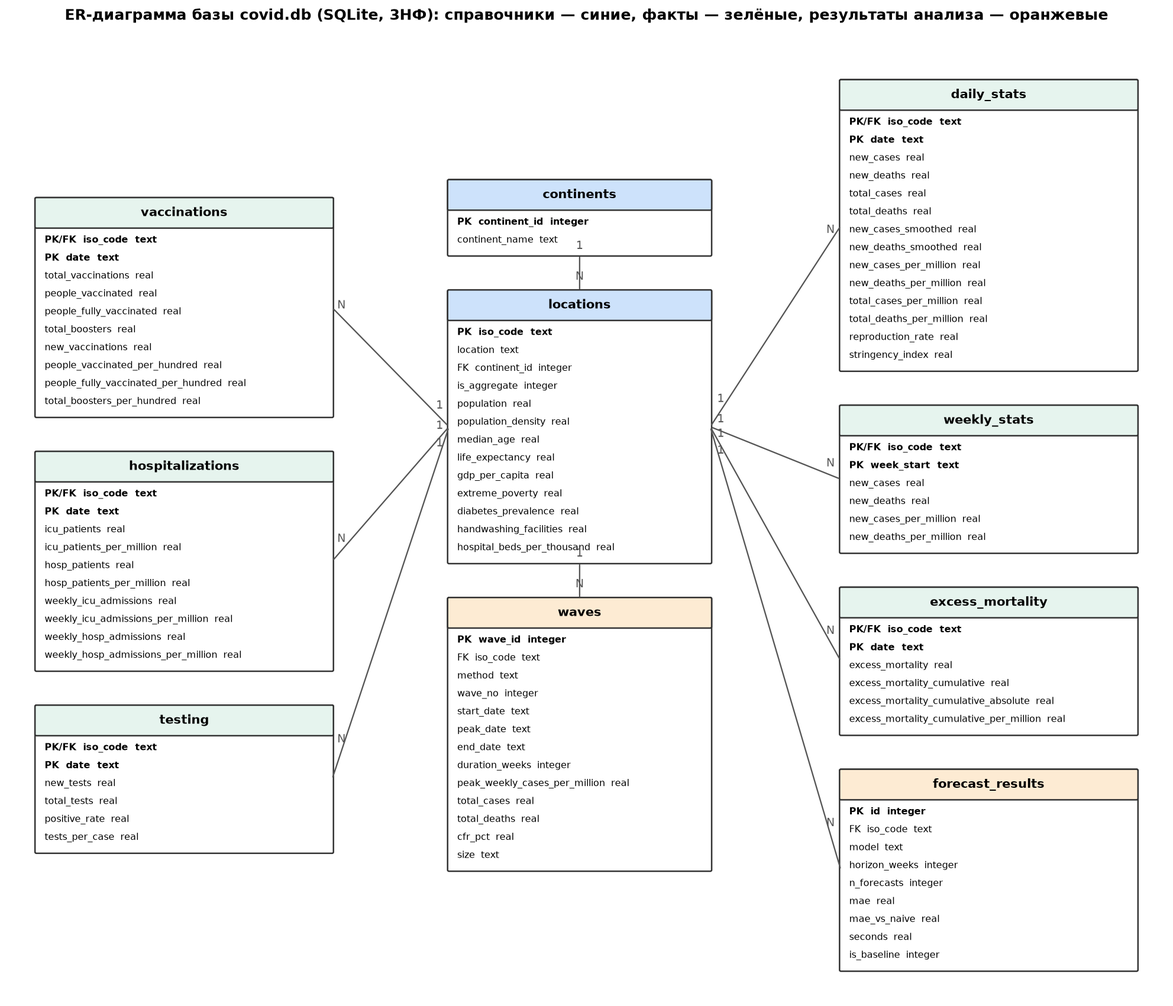
Above: docs/erd.png in SalaFanChik/covid-global-dynamics (Mermaid), before the change. Its source is kept beside it as docs/erd.mmd. Its diagram source:
```mermaid
erDiagram
    continents ||--o{ locations : "continent_id"
    locations  ||--o{ daily_stats : "iso_code"
    locations  ||--o{ weekly_stats : "iso_code"
    locations  ||--o{ vaccinations : "iso_code"
    locations  ||--o{ hospitalizations : "iso_code"
    locations  ||--o{ testing : "iso_code"
    locations  ||--o{ excess_mortality : "iso_code"
    locations  ||--o{ waves : "iso_code"
    locations  ||--o{ forecast_results : "iso_code"

    continents {
        INTEGER continent_id PK
        TEXT continent_name UK
    }
    locations {
        TEXT iso_code PK
        TEXT location UK
        INTEGER continent_id FK
        INTEGER is_aggregate
        REAL population
        REAL population_density
        REAL median_age
        REAL life_expectancy
        REAL gdp_per_capita
        REAL extreme_poverty
        REAL diabetes_prevalence
        REAL handwashing_facilities
        REAL hospital_beds_per_thousand
    }
    daily_stats {
        TEXT iso_code PK, FK
        TEXT date PK
        REAL new_cases
        REAL new_deaths
        REAL total_cases
        REAL total_deaths
        REAL new_cases_smoothed
        REAL new_deaths_smoothed
        REAL new_cases_per_million
        REAL new_deaths_per_million
        REAL total_cases_per_million
        REAL total_deaths_per_million
        REAL reproduction_rate
        REAL stringency_index
    }
    weekly_stats {
        TEXT iso_code PK, FK
        TEXT week_start PK
        REAL new_cases
        REAL new_deaths
        REAL new_cases_per_million
        REAL new_deaths_per_million
    }
    vaccinations {
        TEXT iso_code PK, FK
        TEXT date PK
        REAL total_vaccinations
        REAL people_vaccinated
        REAL people_fully_vaccinated
        REAL total_boosters
        REAL new_vaccinations
        REAL people_vaccinated_per_hundred
        REAL people_fully_vaccinated_per_hundred
        REAL total_boosters_per_hundred
    }
    hospitalizations {
        TEXT iso_code PK, FK
        TEXT date PK
        REAL icu_patients
        REAL icu_patients_per_million
        REAL hosp_patients
        REAL hosp_patients_per_million
        REAL weekly_icu_admissions
        REAL weekly_icu_admissions_per_million
        REAL weekly_hosp_admissions
        REAL weekly_hosp_admissions_per_million
    }
    testing {
        TEXT iso_code PK, FK
        TEXT date PK
        REAL new_tests
        REAL total_tests
        REAL positive_rate
        REAL tests_per_case
    }
    excess_mortality {
        TEXT iso_code PK, FK
        TEXT date PK
        REAL excess_mortality
        REAL excess_mortality_cumulative
        REAL excess_mortality_cumulative_absolute
        REAL excess_mortality_cumulative_per_million
    }
    waves {
        INTEGER wave_id PK
        TEXT iso_code FK
        TEXT method
        INTEGER wave_no
        TEXT start_date
        TEXT peak_date
        TEXT end_date
        INTEGER duration_weeks
        REAL peak_weekly_cases_per_million
        REAL total_cases
        REAL total_deaths
        REAL cfr_pct
        TEXT size
    }
    forecast_results {
        INTEGER id PK
        TEXT iso_code FK
        TEXT model
        INTEGER horizon_weeks
        INTEGER n_forecasts
        REAL mae
        REAL mae_vs_naive
        REAL seconds
        INTEGER is_baseline
    }
```
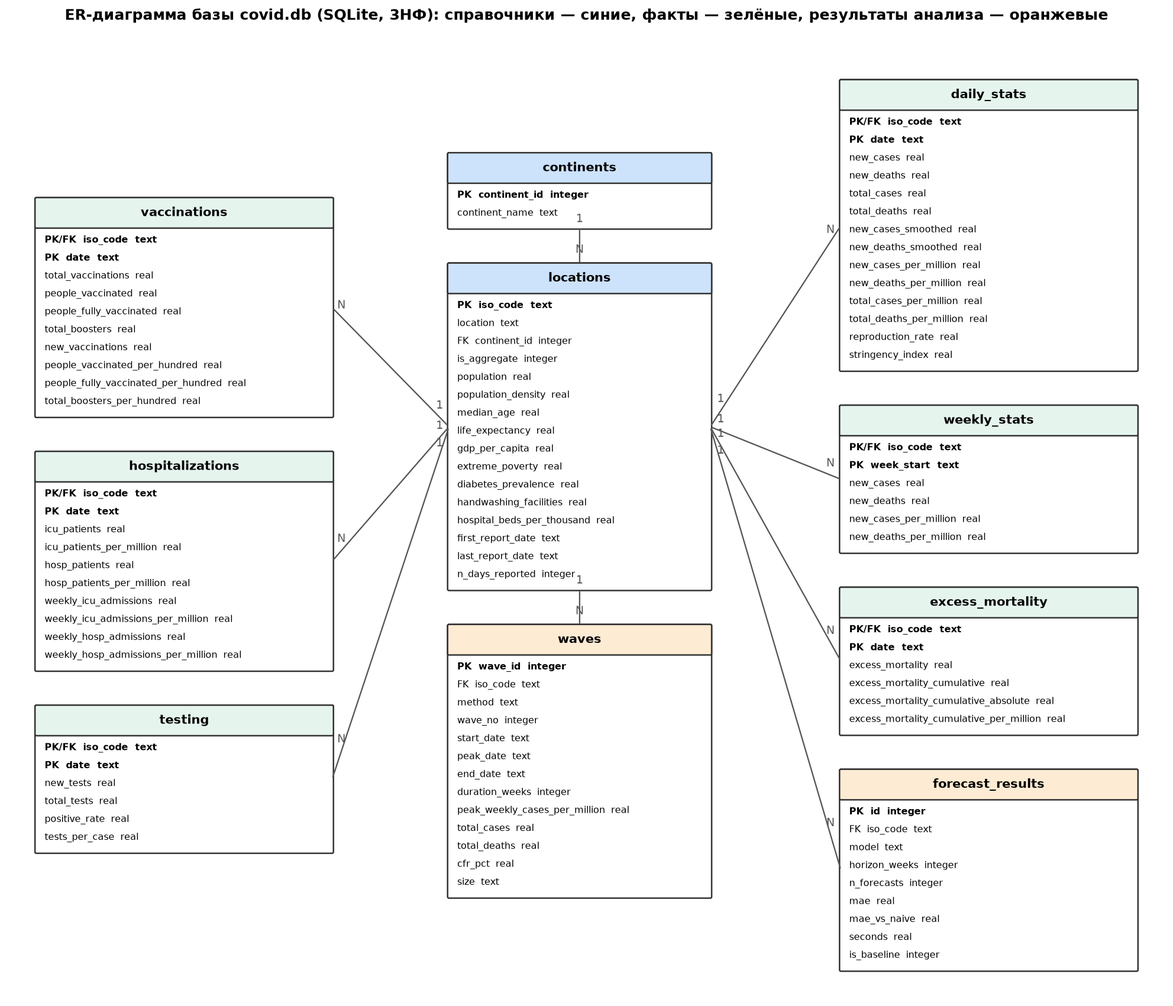
Above is the later version.

The edit, as a diff of the source:
```diff
@@ -27,6 +27,9 @@
         REAL diabetes_prevalence
         REAL handwashing_facilities
         REAL hospital_beds_per_thousand
+        TEXT first_report_date
+        TEXT last_report_date
+        INTEGER n_days_reported
     }
     daily_stats {
         TEXT iso_code PK, FK
```
